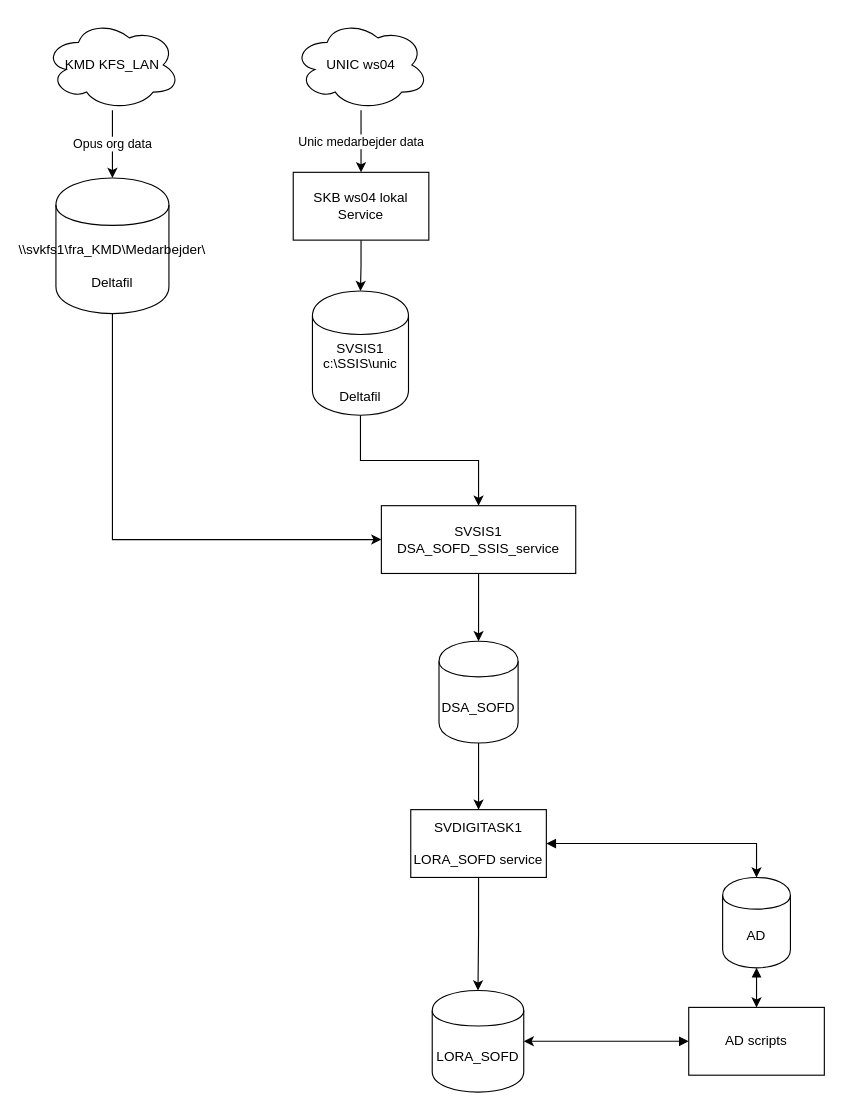
This is lora_sofd_full_flow.drawio from Skanderborg/SOFD, a draw.io file, before an edit. Source tidied: cells renumbered, new cells numbered last; positions are measured from the earlier drawing's top-left corner, leaving out a move shared by most shapes. Both pictures are drawn from the tidied source at 113%, with x=0, y=0 at pixel (44, 19).
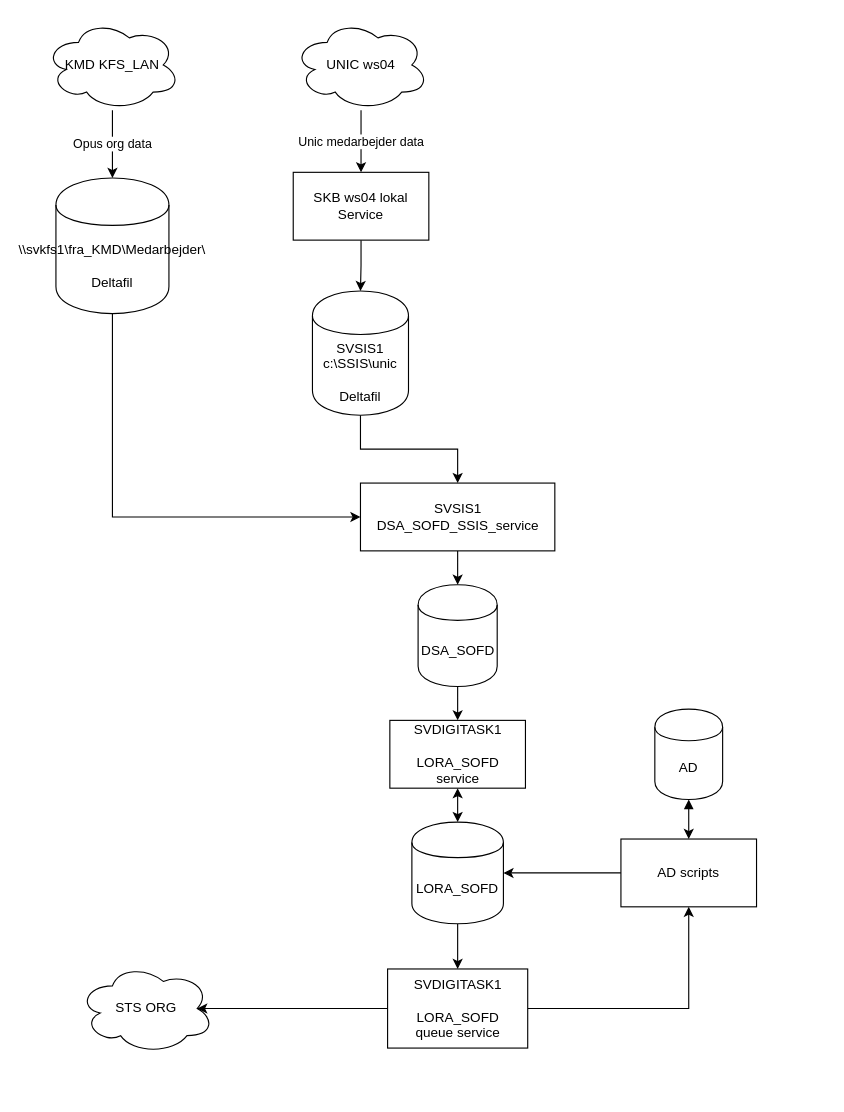
After the change.

Unchanged cells that the change refers to:
```xml
<mxCell id="5" value="&lt;div&gt;\\svkfs1\fra_KMD\Medarbejder\&lt;/div&gt;&lt;div&gt;&lt;br&gt;&lt;/div&gt;&lt;div&gt;Deltafil&lt;br&gt;&lt;/div&gt;" style="shape=cylinder;whiteSpace=wrap;html=1;boundedLbl=1;backgroundOutline=1;" parent="1" vertex="1">
  <mxGeometry x="10" y="140" width="100" height="120" as="geometry" />
</mxCell>
```

Diff of the diagram source:
```diff
@@
     <mxCell id="3" value="DSA_SOFD" style="shape=cylinder;whiteSpace=wrap;html=1;boundedLbl=1;backgroundOutline=1;" parent="1" vertex="1">
-      <mxGeometry x="349" y="550" width="70" height="90" as="geometry" />
+      <mxGeometry x="330.5" y="500" width="70" height="90" as="geometry" />
     </mxCell>
     <mxCell id="4" style="edgeStyle=orthogonalEdgeStyle;rounded=0;jettySize=auto;html=1;entryX=0;entryY=0.5;entryDx=0;entryDy=0;" parent="1" edge="1" source="5" target="15">
       <mxGeometry relative="1" as="geometry">
         <Array as="points">
-          <mxPoint x="60" y="460" />
+          <mxPoint x="60" y="440" />
         </Array>
       </mxGeometry>
     </mxCell>
@@
     <mxCell id="15" value="&lt;div&gt;SVSIS1&lt;/div&gt;&lt;div&gt;DSA_SOFD_SSIS_service&lt;br&gt;&lt;/div&gt;" style="rounded=0;whiteSpace=wrap;html=1;" parent="1" vertex="1">
-      <mxGeometry x="298" y="430" width="172" height="60" as="geometry" />
+      <mxGeometry x="279.5" y="410" width="172" height="60" as="geometry" />
     </mxCell>
-    <mxCell id="16" style="edgeStyle=orthogonalEdgeStyle;rounded=0;jettySize=auto;html=1;entryX=0.5;entryY=0;entryDx=0;entryDy=0;startArrow=block;startFill=1;" parent="1" edge="1" source="18" target="20">
-      <mxGeometry relative="1" as="geometry" />
-    </mxCell>
-    <mxCell id="17" style="edgeStyle=orthogonalEdgeStyle;rounded=0;jettySize=auto;html=1;" parent="1" edge="1" source="18" target="23">
+    <mxCell id="17" style="edgeStyle=orthogonalEdgeStyle;rounded=0;jettySize=auto;html=1;startArrow=classic;startFill=1;" parent="1" edge="1" source="18" target="23">
       <mxGeometry relative="1" as="geometry" />
     </mxCell>
-    <mxCell id="18" value="&lt;div&gt;SVDIGITASK1 &lt;br&gt;&lt;/div&gt;&lt;div&gt;&lt;br&gt;&lt;/div&gt;&lt;div&gt;LORA_SOFD service&lt;/div&gt;" style="rounded=0;whiteSpace=wrap;html=1;" parent="1" vertex="1">
-      <mxGeometry x="324" y="699" width="120" height="60" as="geometry" />
+    <mxCell id="18" value="&lt;div&gt;SVDIGITASK1 &lt;br&gt;&lt;/div&gt;&lt;div&gt;&lt;br&gt;&lt;/div&gt;&lt;div&gt;LORA_SOFD&lt;/div&gt;&lt;div&gt;service&lt;/div&gt;" style="rounded=0;whiteSpace=wrap;html=1;" parent="1" vertex="1">
+      <mxGeometry x="305.5" y="620" width="120" height="60" as="geometry" />
     </mxCell>
@@
     <mxCell id="20" value="AD" style="shape=cylinder;whiteSpace=wrap;html=1;boundedLbl=1;backgroundOutline=1;" parent="1" vertex="1">
-      <mxGeometry x="600" y="759" width="60" height="80" as="geometry" />
+      <mxGeometry x="540" y="610" width="60" height="80" as="geometry" />
     </mxCell>
-    <mxCell id="21" style="edgeStyle=orthogonalEdgeStyle;rounded=0;jettySize=auto;html=1;entryX=1;entryY=0.5;entryDx=0;entryDy=0;startArrow=block;startFill=1;" parent="1" edge="1" source="22" target="23">
+    <mxCell id="21" style="edgeStyle=orthogonalEdgeStyle;rounded=0;jettySize=auto;html=1;entryX=1;entryY=0.5;entryDx=0;entryDy=0;startArrow=none;startFill=0;" parent="1" edge="1" source="22" target="23">
       <mxGeometry relative="1" as="geometry" />
     </mxCell>
     <mxCell id="22" value="AD scripts" style="rounded=0;whiteSpace=wrap;html=1;" parent="1" vertex="1">
-      <mxGeometry x="570" y="874" width="120" height="60" as="geometry" />
+      <mxGeometry x="510" y="725" width="120" height="60" as="geometry" />
     </mxCell>
+    <mxCell id="24" style="edgeStyle=orthogonalEdgeStyle;rounded=0;jettySize=auto;html=1;startArrow=none;startFill=0;" parent="1" edge="1" source="23" target="28">
+      <mxGeometry relative="1" as="geometry" />
+    </mxCell>
     <mxCell id="23" value="LORA_SOFD" style="shape=cylinder;whiteSpace=wrap;html=1;boundedLbl=1;backgroundOutline=1;" parent="1" vertex="1">
-      <mxGeometry x="343" y="859" width="81" height="90" as="geometry" />
+      <mxGeometry x="325" y="710" width="81" height="90" as="geometry" />
     </mxCell>
+    <mxCell id="25" value="STS ORG" style="ellipse;shape=cloud;whiteSpace=wrap;html=1;" parent="1" vertex="1">
+      <mxGeometry x="30" y="835" width="120" height="80" as="geometry" />
+    </mxCell>
+    <mxCell id="26" style="edgeStyle=orthogonalEdgeStyle;rounded=0;jettySize=auto;html=1;entryX=0.5;entryY=1;entryDx=0;entryDy=0;startArrow=none;startFill=0;" parent="1" edge="1" source="28" target="22">
+      <mxGeometry relative="1" as="geometry" />
+    </mxCell>
+    <mxCell id="27" style="edgeStyle=orthogonalEdgeStyle;rounded=0;jettySize=auto;html=1;entryX=0.875;entryY=0.5;entryDx=0;entryDy=0;entryPerimeter=0;startArrow=none;startFill=0;" parent="1" edge="1" source="28" target="25">
+      <mxGeometry relative="1" as="geometry" />
+    </mxCell>
+    <mxCell id="28" value="&lt;div&gt;SVDIGITASK1&lt;br&gt;&lt;/div&gt;&lt;div&gt;&lt;br&gt;&lt;/div&gt;&lt;div&gt;LORA_SOFD&lt;/div&gt;&lt;div&gt;queue service&lt;/div&gt;" style="rounded=0;whiteSpace=wrap;html=1;" parent="1" vertex="1">
+      <mxGeometry x="303.5" y="840" width="124" height="70" as="geometry" />
+    </mxCell>
```
